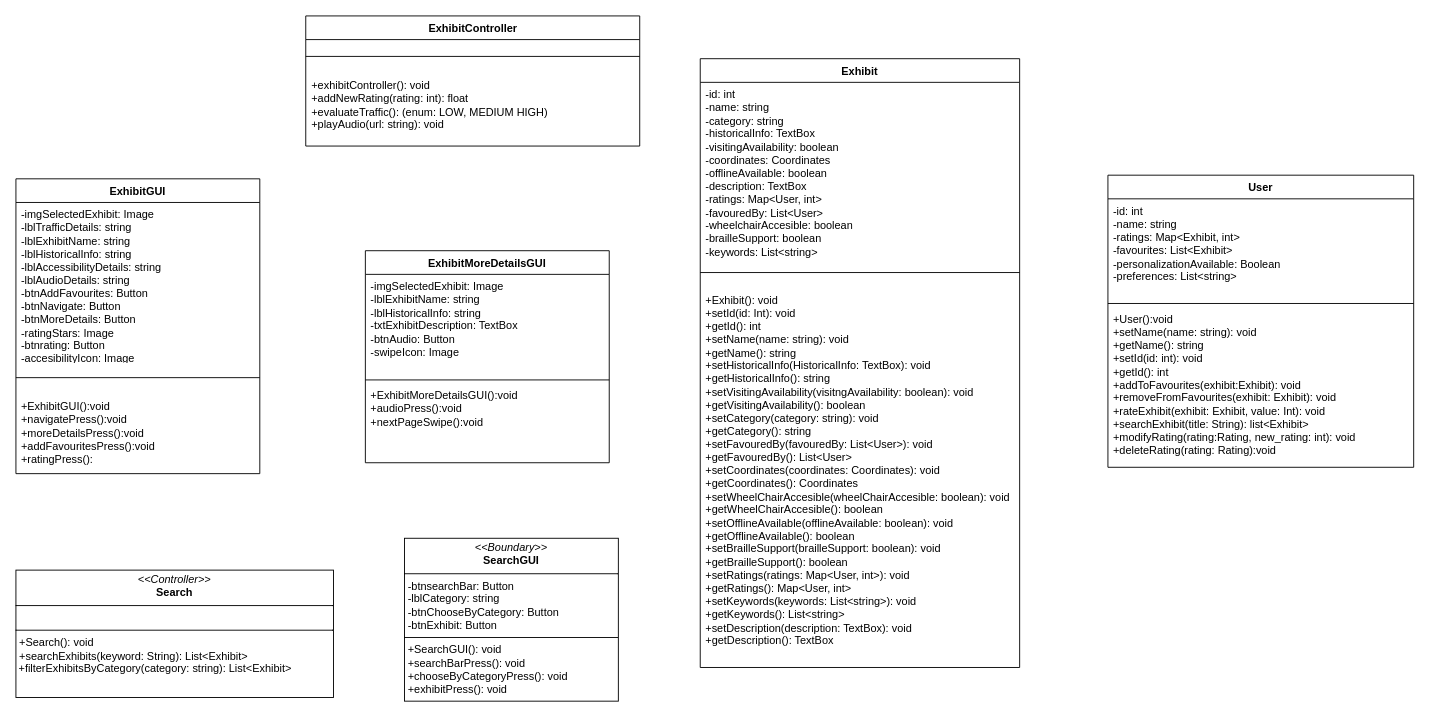
This is Class Diagrams/new_Exhibit Information.drawio from gsklaven/MusePath, a draw.io file, before an edit. Source tidied: cells renumbered, new cells numbered last; positions are measured from the earlier drawing's top-left corner, leaving out a move shared by most shapes. Both pictures are drawn from the tidied source at 91%, with x=0, y=0 at pixel (15, 15).
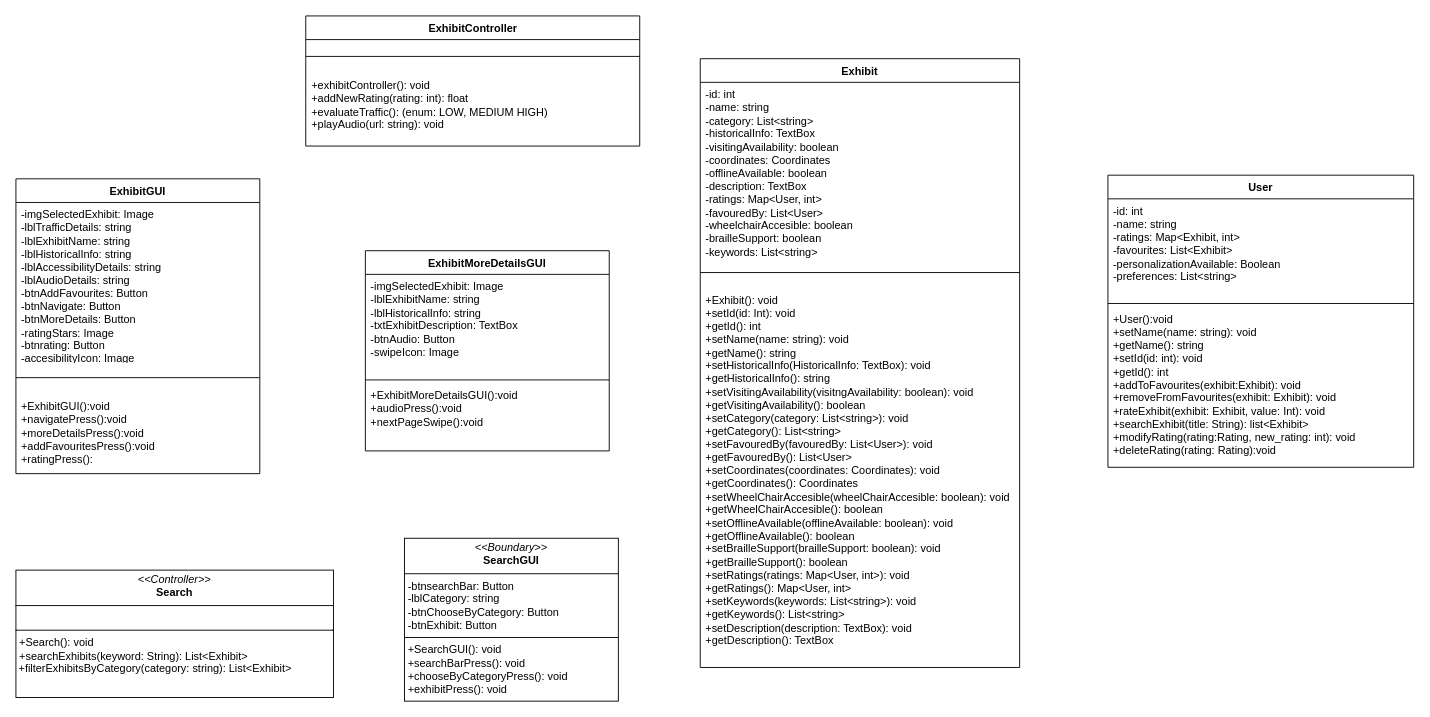
The same page after the edit.

Unchanged cells that the change refers to:
```xml
<mxCell id="2" value="Exhibit" style="swimlane;fontStyle=1;align=center;verticalAlign=top;horizontal=1;startSize=26;whiteSpace=wrap;html=1;" parent="1" vertex="1">
  <mxGeometry x="752" y="47" width="351" height="669" as="geometry" />
</mxCell>
```

Diff of the diagram source:
```diff
@@
-    <mxCell id="3" value="-id: int&lt;br&gt;&lt;div&gt;-name: string&lt;/div&gt;&lt;div&gt;-category: string&lt;/div&gt;&lt;div&gt;-historicalInfo: TextBox&lt;/div&gt;&lt;div&gt;&lt;div&gt;-visitingAvailability: boolean&lt;/div&gt;&lt;div&gt;-coordinates: Coordinates&lt;/div&gt;&lt;div&gt;-offlineAvailable: boolean&lt;/div&gt;&lt;div&gt;-description: TextBox&lt;/div&gt;&lt;/div&gt;&lt;div&gt;&lt;span style=&quot;background-color: transparent; color: light-dark(rgb(0, 0, 0), rgb(255, 255, 255));&quot;&gt;-ratings: Map&amp;lt;User, int&amp;gt;&lt;/span&gt;&lt;/div&gt;&lt;div&gt;-favouredBy: List&amp;lt;User&amp;gt;&lt;/div&gt;&lt;div&gt;-wheelchairAccesible: boolean&lt;/div&gt;&lt;div&gt;-brailleSupport: boolean&lt;/div&gt;&lt;div&gt;-keywords: List&amp;lt;string&amp;gt;&lt;/div&gt;&lt;div&gt;&lt;br&gt;&lt;/div&gt;&lt;div&gt;&lt;br&gt;&lt;/div&gt;" style="text;strokeColor=none;fillColor=none;align=left;verticalAlign=top;spacingLeft=4;spacingRight=4;overflow=hidden;whiteSpace=wrap;html=1;" parent="2" vertex="1">
+    <mxCell id="3" value="-id: int&lt;br&gt;&lt;div&gt;-name: string&lt;/div&gt;&lt;div&gt;-category: List&amp;lt;string&amp;gt;&lt;/div&gt;&lt;div&gt;-historicalInfo: TextBox&lt;/div&gt;&lt;div&gt;&lt;div&gt;-visitingAvailability: boolean&lt;/div&gt;&lt;div&gt;-coordinates: Coordinates&lt;/div&gt;&lt;div&gt;-offlineAvailable: boolean&lt;/div&gt;&lt;div&gt;-description: TextBox&lt;/div&gt;&lt;/div&gt;&lt;div&gt;&lt;span style=&quot;background-color: transparent; color: light-dark(rgb(0, 0, 0), rgb(255, 255, 255));&quot;&gt;-ratings: Map&amp;lt;User, int&amp;gt;&lt;/span&gt;&lt;/div&gt;&lt;div&gt;-favouredBy: List&amp;lt;User&amp;gt;&lt;/div&gt;&lt;div&gt;-wheelchairAccesible: boolean&lt;/div&gt;&lt;div&gt;-brailleSupport: boolean&lt;/div&gt;&lt;div&gt;-keywords: List&amp;lt;string&amp;gt;&lt;/div&gt;&lt;div&gt;&lt;br&gt;&lt;/div&gt;&lt;div&gt;&lt;br&gt;&lt;/div&gt;" style="text;strokeColor=none;fillColor=none;align=left;verticalAlign=top;spacingLeft=4;spacingRight=4;overflow=hidden;whiteSpace=wrap;html=1;" parent="2" vertex="1">
       <mxGeometry y="26" width="351" height="192" as="geometry" />
     </mxCell>
@@
-    <mxCell id="5" value="&lt;div&gt;+Exhibit(): void&lt;/div&gt;&lt;div&gt;+setId(id: Int): void&lt;/div&gt;&lt;div&gt;+getId(): int&lt;/div&gt;&lt;div&gt;+setName(name: string): void&lt;/div&gt;+getName(): string&lt;div&gt;&lt;div&gt;+setHistoricalInfo(HistoricalInfo: TextBox): void&lt;/div&gt;&lt;div&gt;+getHistoricalInfo(): string&lt;/div&gt;&lt;div&gt;+setVisitingAvailability(visitngAvailability: boolean): void&lt;/div&gt;&lt;div&gt;+getVisitingAvailability(): boolean&lt;/div&gt;&lt;/div&gt;&lt;div&gt;&lt;div&gt;+setCategory(category: string): void&lt;/div&gt;&lt;div&gt;+getCategory(): string&lt;/div&gt;&lt;div&gt;+setFavouredBy(favouredBy: List&amp;lt;User&amp;gt;): void&lt;/div&gt;&lt;div&gt;+getFavouredBy(): List&amp;lt;User&amp;gt;&lt;/div&gt;&lt;div&gt;+setCoordinates(coordinates: Coordinates): void&lt;/div&gt;&lt;div&gt;+getCoordinates(): Coordinates&lt;/div&gt;&lt;/div&gt;&lt;div&gt;+setWheelChairAccesible(w&lt;span style=&quot;background-color: transparent; color: light-dark(rgb(0, 0, 0), rgb(255, 255, 255));&quot;&gt;heelChairAccesible: boolean): void&lt;/span&gt;&lt;/div&gt;&lt;div&gt;&lt;span style=&quot;background-color: transparent; color: light-dark(rgb(0, 0, 0), rgb(255, 255, 255));&quot;&gt;+get&lt;/span&gt;&lt;span style=&quot;background-color: transparent; color: light-dark(rgb(0, 0, 0), rgb(255, 255, 255));&quot;&gt;WheelChairAccesible(): boolean&lt;/span&gt;&lt;/div&gt;&lt;div&gt;+setOfflineAvailable(o&lt;span style=&quot;background-color: transparent; color: light-dark(rgb(0, 0, 0), rgb(255, 255, 255));&quot;&gt;fflineAvailable: boolean): void&lt;/span&gt;&lt;/div&gt;&lt;div&gt;&lt;span style=&quot;background-color: transparent; color: light-dark(rgb(0, 0, 0), rgb(255, 255, 255));&quot;&gt;+getO&lt;/span&gt;&lt;span style=&quot;background-color: transparent; color: light-dark(rgb(0, 0, 0), rgb(255, 255, 255));&quot;&gt;fflineAvailable(): boolean&lt;/span&gt;&lt;/div&gt;&lt;div&gt;&lt;span style=&quot;background-color: transparent; color: light-dark(rgb(0, 0, 0), rgb(255, 255, 255));&quot;&gt;+setBrailleSupport(b&lt;/span&gt;&lt;span style=&quot;background-color: transparent; color: light-dark(rgb(0, 0, 0), rgb(255, 255, 255));&quot;&gt;railleSupport: boolean): void&lt;/span&gt;&lt;/div&gt;&lt;div&gt;&lt;span style=&quot;background-color: transparent; color: light-dark(rgb(0, 0, 0), rgb(255, 255, 255));&quot;&gt;+getB&lt;/span&gt;&lt;span style=&quot;background-color: transparent; color: light-dark(rgb(0, 0, 0), rgb(255, 255, 255));&quot;&gt;railleSupport(): boolean&lt;/span&gt;&lt;/div&gt;&lt;div&gt;&lt;span style=&quot;background-color: transparent; color: light-dark(rgb(0, 0, 0), rgb(255, 255, 255));&quot;&gt;+setRatings(ratings: Map&amp;lt;User, int&amp;gt;): void&lt;/span&gt;&lt;/div&gt;&lt;div&gt;&lt;span style=&quot;background-color: transparent; color: light-dark(rgb(0, 0, 0), rgb(255, 255, 255));&quot;&gt;+getRatings():&amp;nbsp;&lt;/span&gt;&lt;span style=&quot;background-color: transparent; color: light-dark(rgb(0, 0, 0), rgb(255, 255, 255));&quot;&gt;Map&amp;lt;User, int&amp;gt;&lt;/span&gt;&lt;/div&gt;&lt;div&gt;&lt;span style=&quot;background-color: transparent; color: light-dark(rgb(0, 0, 0), rgb(255, 255, 255));&quot;&gt;+setKeywords(keywords: List&amp;lt;string&amp;gt;): void&lt;/span&gt;&lt;/div&gt;&lt;div&gt;&lt;span style=&quot;background-color: transparent; color: light-dark(rgb(0, 0, 0), rgb(255, 255, 255));&quot;&gt;+getKeywords():&amp;nbsp;&lt;/span&gt;&lt;span style=&quot;background-color: transparent; color: light-dark(rgb(0, 0, 0), rgb(255, 255, 255));&quot;&gt;List&amp;lt;string&amp;gt;&lt;/span&gt;&lt;/div&gt;&lt;div&gt;&lt;span style=&quot;background-color: transparent; color: light-dark(rgb(0, 0, 0), rgb(255, 255, 255));&quot;&gt;+setDescription(description: TextBox): void&lt;/span&gt;&lt;/div&gt;&lt;div&gt;&lt;span style=&quot;background-color: transparent; color: light-dark(rgb(0, 0, 0), rgb(255, 255, 255));&quot;&gt;+getDescription(): TextBox&lt;/span&gt;&lt;/div&gt;" style="text;strokeColor=none;fillColor=none;align=left;verticalAlign=top;spacingLeft=4;spacingRight=4;overflow=hidden;whiteSpace=wrap;html=1;" parent="2" vertex="1">
+    <mxCell id="5" value="&lt;div&gt;+Exhibit(): void&lt;/div&gt;&lt;div&gt;+setId(id: Int): void&lt;/div&gt;&lt;div&gt;+getId(): int&lt;/div&gt;&lt;div&gt;+setName(name: string): void&lt;/div&gt;+getName(): string&lt;div&gt;&lt;div&gt;+setHistoricalInfo(HistoricalInfo: TextBox): void&lt;/div&gt;&lt;div&gt;+getHistoricalInfo(): string&lt;/div&gt;&lt;div&gt;+setVisitingAvailability(visitngAvailability: boolean): void&lt;/div&gt;&lt;div&gt;+getVisitingAvailability(): boolean&lt;/div&gt;&lt;/div&gt;&lt;div&gt;&lt;div&gt;+setCategory(category: List&amp;lt;string&amp;gt;): void&lt;/div&gt;&lt;div&gt;+getCategory(): List&amp;lt;string&amp;gt;&lt;/div&gt;&lt;div&gt;+setFavouredBy(favouredBy: List&amp;lt;User&amp;gt;): void&lt;/div&gt;&lt;div&gt;+getFavouredBy(): List&amp;lt;User&amp;gt;&lt;/div&gt;&lt;div&gt;+setCoordinates(coordinates: Coordinates): void&lt;/div&gt;&lt;div&gt;+getCoordinates(): Coordinates&lt;/div&gt;&lt;/div&gt;&lt;div&gt;+setWheelChairAccesible(w&lt;span style=&quot;background-color: transparent; color: light-dark(rgb(0, 0, 0), rgb(255, 255, 255));&quot;&gt;heelChairAccesible: boolean): void&lt;/span&gt;&lt;/div&gt;&lt;div&gt;&lt;span style=&quot;background-color: transparent; color: light-dark(rgb(0, 0, 0), rgb(255, 255, 255));&quot;&gt;+get&lt;/span&gt;&lt;span style=&quot;background-color: transparent; color: light-dark(rgb(0, 0, 0), rgb(255, 255, 255));&quot;&gt;WheelChairAccesible(): boolean&lt;/span&gt;&lt;/div&gt;&lt;div&gt;+setOfflineAvailable(o&lt;span style=&quot;background-color: transparent; color: light-dark(rgb(0, 0, 0), rgb(255, 255, 255));&quot;&gt;fflineAvailable: boolean): void&lt;/span&gt;&lt;/div&gt;&lt;div&gt;&lt;span style=&quot;background-color: transparent; color: light-dark(rgb(0, 0, 0), rgb(255, 255, 255));&quot;&gt;+getO&lt;/span&gt;&lt;span style=&quot;background-color: transparent; color: light-dark(rgb(0, 0, 0), rgb(255, 255, 255));&quot;&gt;fflineAvailable(): boolean&lt;/span&gt;&lt;/div&gt;&lt;div&gt;&lt;span style=&quot;background-color: transparent; color: light-dark(rgb(0, 0, 0), rgb(255, 255, 255));&quot;&gt;+setBrailleSupport(b&lt;/span&gt;&lt;span style=&quot;background-color: transparent; color: light-dark(rgb(0, 0, 0), rgb(255, 255, 255));&quot;&gt;railleSupport: boolean): void&lt;/span&gt;&lt;/div&gt;&lt;div&gt;&lt;span style=&quot;background-color: transparent; color: light-dark(rgb(0, 0, 0), rgb(255, 255, 255));&quot;&gt;+getB&lt;/span&gt;&lt;span style=&quot;background-color: transparent; color: light-dark(rgb(0, 0, 0), rgb(255, 255, 255));&quot;&gt;railleSupport(): boolean&lt;/span&gt;&lt;/div&gt;&lt;div&gt;&lt;span style=&quot;background-color: transparent; color: light-dark(rgb(0, 0, 0), rgb(255, 255, 255));&quot;&gt;+setRatings(ratings: Map&amp;lt;User, int&amp;gt;): void&lt;/span&gt;&lt;/div&gt;&lt;div&gt;&lt;span style=&quot;background-color: transparent; color: light-dark(rgb(0, 0, 0), rgb(255, 255, 255));&quot;&gt;+getRatings():&amp;nbsp;&lt;/span&gt;&lt;span style=&quot;background-color: transparent; color: light-dark(rgb(0, 0, 0), rgb(255, 255, 255));&quot;&gt;Map&amp;lt;User, int&amp;gt;&lt;/span&gt;&lt;/div&gt;&lt;div&gt;&lt;span style=&quot;background-color: transparent; color: light-dark(rgb(0, 0, 0), rgb(255, 255, 255));&quot;&gt;+setKeywords(keywords: List&amp;lt;string&amp;gt;): void&lt;/span&gt;&lt;/div&gt;&lt;div&gt;&lt;span style=&quot;background-color: transparent; color: light-dark(rgb(0, 0, 0), rgb(255, 255, 255));&quot;&gt;+getKeywords():&amp;nbsp;&lt;/span&gt;&lt;span style=&quot;background-color: transparent; color: light-dark(rgb(0, 0, 0), rgb(255, 255, 255));&quot;&gt;List&amp;lt;string&amp;gt;&lt;/span&gt;&lt;/div&gt;&lt;div&gt;&lt;span style=&quot;background-color: transparent; color: light-dark(rgb(0, 0, 0), rgb(255, 255, 255));&quot;&gt;+setDescription(description: TextBox): void&lt;/span&gt;&lt;/div&gt;&lt;div&gt;&lt;span style=&quot;background-color: transparent; color: light-dark(rgb(0, 0, 0), rgb(255, 255, 255));&quot;&gt;+getDescription(): TextBox&lt;/span&gt;&lt;/div&gt;" style="text;strokeColor=none;fillColor=none;align=left;verticalAlign=top;spacingLeft=4;spacingRight=4;overflow=hidden;whiteSpace=wrap;html=1;" parent="2" vertex="1">
       <mxGeometry y="252" width="351" height="417" as="geometry" />
     </mxCell>
@@
     <mxCell id="10" value="ExhibitMoreDetailsGUI" style="swimlane;fontStyle=1;align=center;verticalAlign=top;horizontal=1;startSize=26;whiteSpace=wrap;html=1;" parent="1" vertex="1">
-      <mxGeometry x="384" y="258" width="268" height="233" as="geometry" />
+      <mxGeometry x="384" y="258" width="268" height="220" as="geometry" />
     </mxCell>
@@
     <mxCell id="13" value="+ExhibitMoreDetailsGUI():void&lt;div&gt;+audioPress():void&lt;/div&gt;&lt;div&gt;+nextPageSwipe():void&lt;/div&gt;" style="text;strokeColor=none;fillColor=none;align=left;verticalAlign=top;spacingLeft=4;spacingRight=4;overflow=hidden;whiteSpace=wrap;html=1;" parent="10" vertex="1">
-      <mxGeometry y="146" width="268" height="87" as="geometry" />
+      <mxGeometry y="146" width="268" height="74" as="geometry" />
     </mxCell>
```
